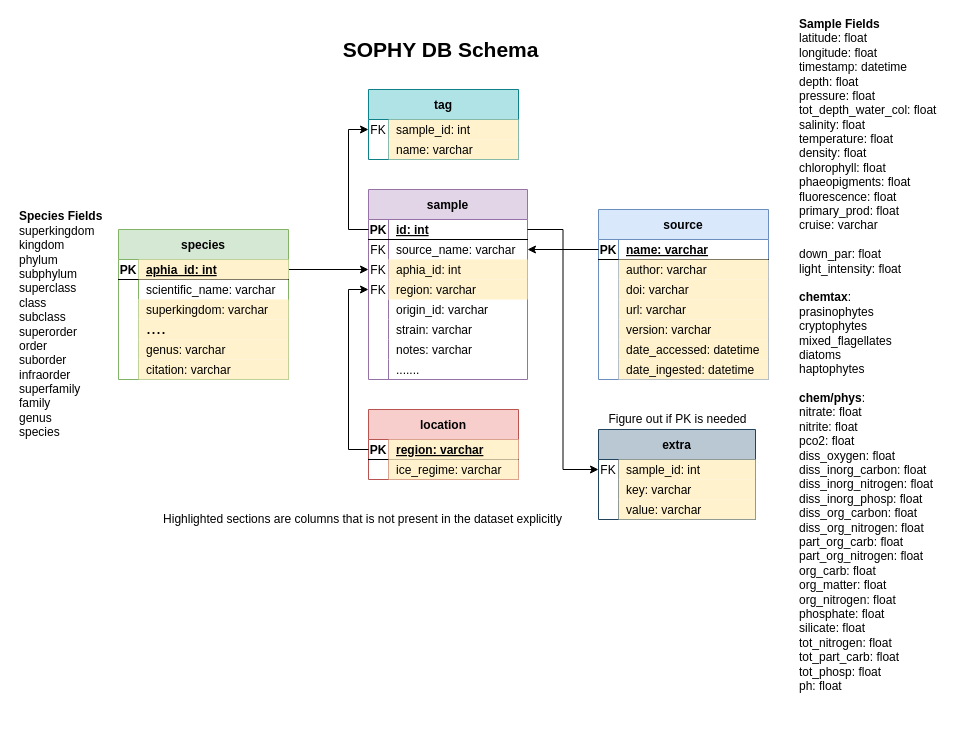
Above: page "schema_v6" (5 of 5) of schemas/sophy.drawio in ayushnag/sophy (draw.io), before the change. Source tidied: cells renumbered, new cells numbered last; positions are measured from the earlier drawing's top-left corner, leaving out a move shared by most shapes. Both pictures are drawn from the tidied source at 100%, with x=0, y=0 at pixel (17, 24).
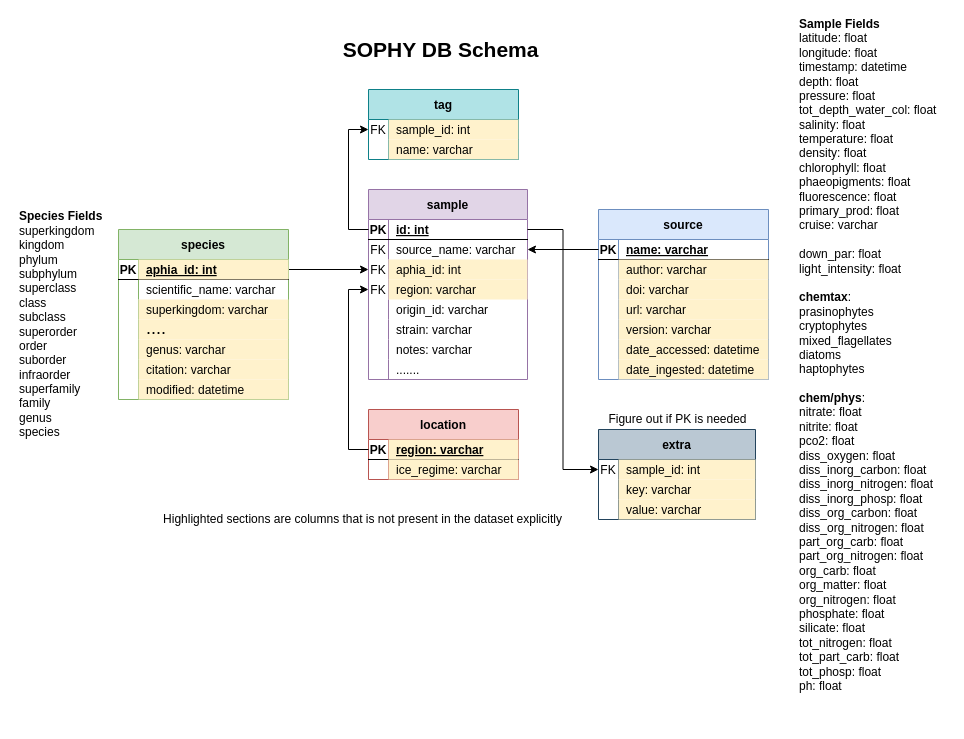
The same diagram, later.

Diff of the diagram source:
```diff
@@
     <mxCell id="82" value="species" style="shape=table;startSize=30;childLayout=tableLayout;rowLines=0;fontStyle=1;align=center;fillColor=#d5e8d4;strokeColor=#82b366;" parent="1" vertex="1">
-      <mxGeometry x="101" y="205" width="170" height="150" as="geometry" />
+      <mxGeometry x="101" y="205" width="170" height="170" as="geometry" />
     </mxCell>
@@
+    <mxCell id="103" style="shape=partialRectangle;fillColor=none;top=0;left=0;bottom=0;right=0;align=left;" parent="82" vertex="1">
+      <mxGeometry y="150" width="170" height="20" as="geometry" />
+    </mxCell>
+    <mxCell id="104" style="shape=partialRectangle;fillColor=none;top=0;left=0;bottom=0;right=0;overflow=hidden;" parent="103" vertex="1">
+      <mxGeometry width="20" height="20" as="geometry" />
+    </mxCell>
+    <mxCell id="105" value="modified: datetime" style="shape=partialRectangle;fillColor=#fff2cc;top=0;left=0;bottom=0;right=0;align=left;spacingLeft=6;overflow=hidden;strokeColor=#d6b656;" parent="103" vertex="1">
+      <mxGeometry x="20" width="150" height="20" as="geometry" />
+    </mxCell>
```
